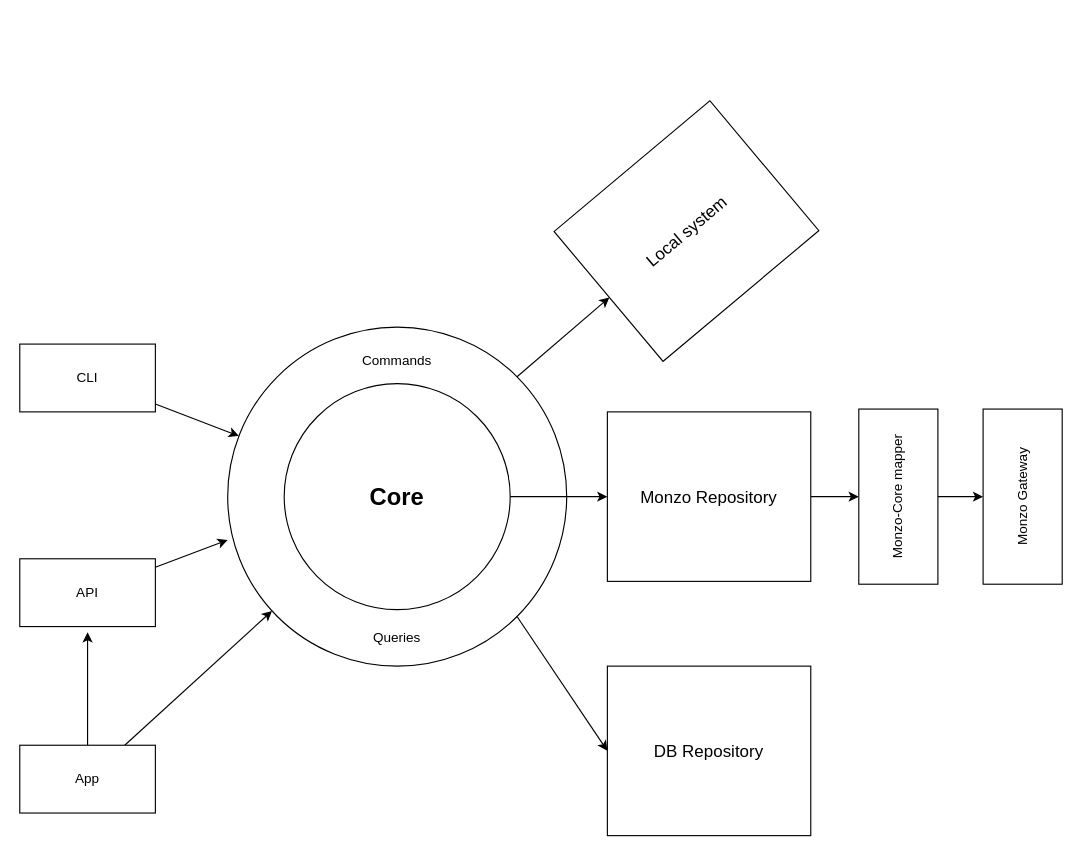
This is docs/architecuture.drawio from GabrielCarpr/monzo-ynab, a draw.io file, before an edit. Source tidied: cells renumbered, new cells numbered last; positions are measured from the earlier drawing's top-left corner, leaving out a move shared by most shapes. Both pictures are drawn from the tidied source at 113%, with x=0, y=0 at pixel (19, 146).
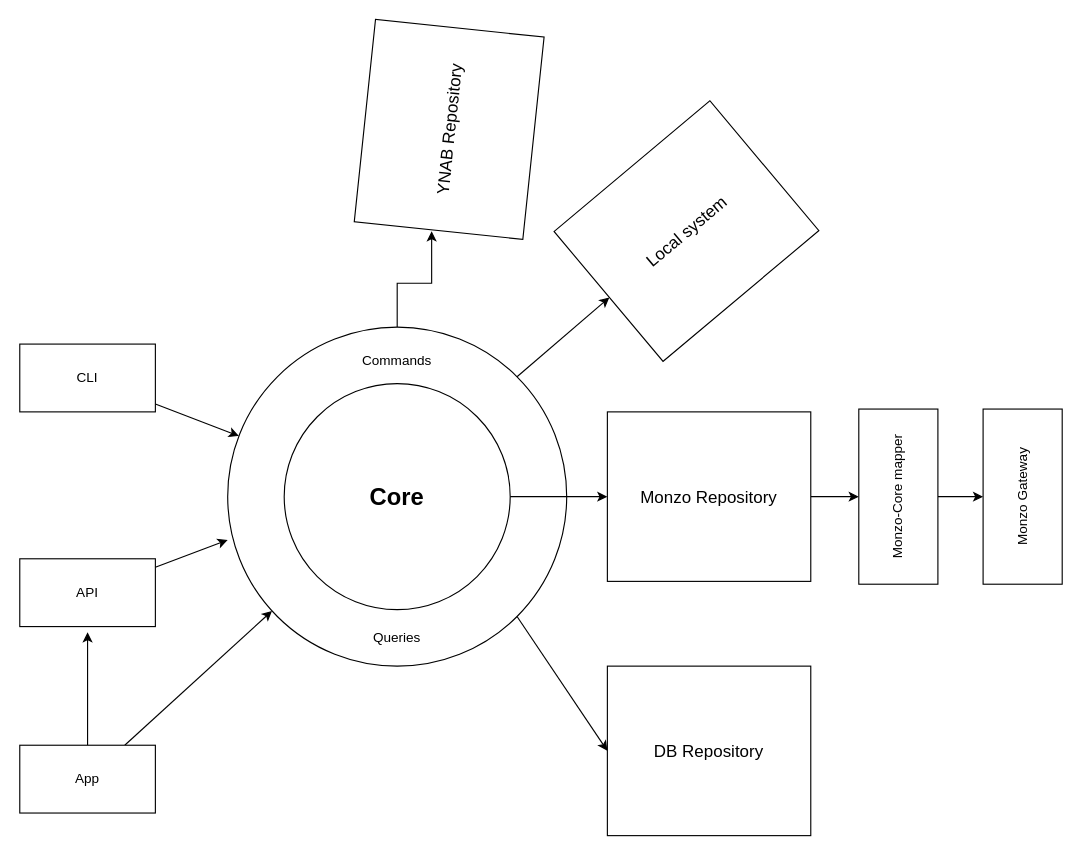
The same page after the edit.

Commit message (it also covers changes not shown here):
feat: post a transaction to YNAB

The change refers to these unchanged cells:
```xml
<mxCell id="4" style="ellipse;whiteSpace=wrap;html=1;" parent="1" vertex="1">
  <mxGeometry x="184" y="160" width="300" height="300" as="geometry" />
</mxCell>
```

The edit, as a diff of the source:
```diff
@@
+    <mxCell id="23" style="edgeStyle=orthogonalEdgeStyle;rounded=0;jettySize=auto;html=1;exitX=0.5;exitY=0;exitDx=0;exitDy=0;entryX=-0.007;entryY=0.46;entryDx=0;entryDy=0;entryPerimeter=0;" parent="1" edge="1" source="4" target="24">
+      <mxGeometry relative="1" as="geometry" />
+    </mxCell>
@@
+    <mxCell id="24" value="&lt;font style=&quot;font-size: 15px&quot;&gt;YNAB Repository&lt;br&gt;&lt;/font&gt;" style="rounded=0;whiteSpace=wrap;html=1;rotation=-84;" parent="1" vertex="1">
+      <mxGeometry x="290" y="-90" width="180" height="150" as="geometry" />
+    </mxCell>
```
